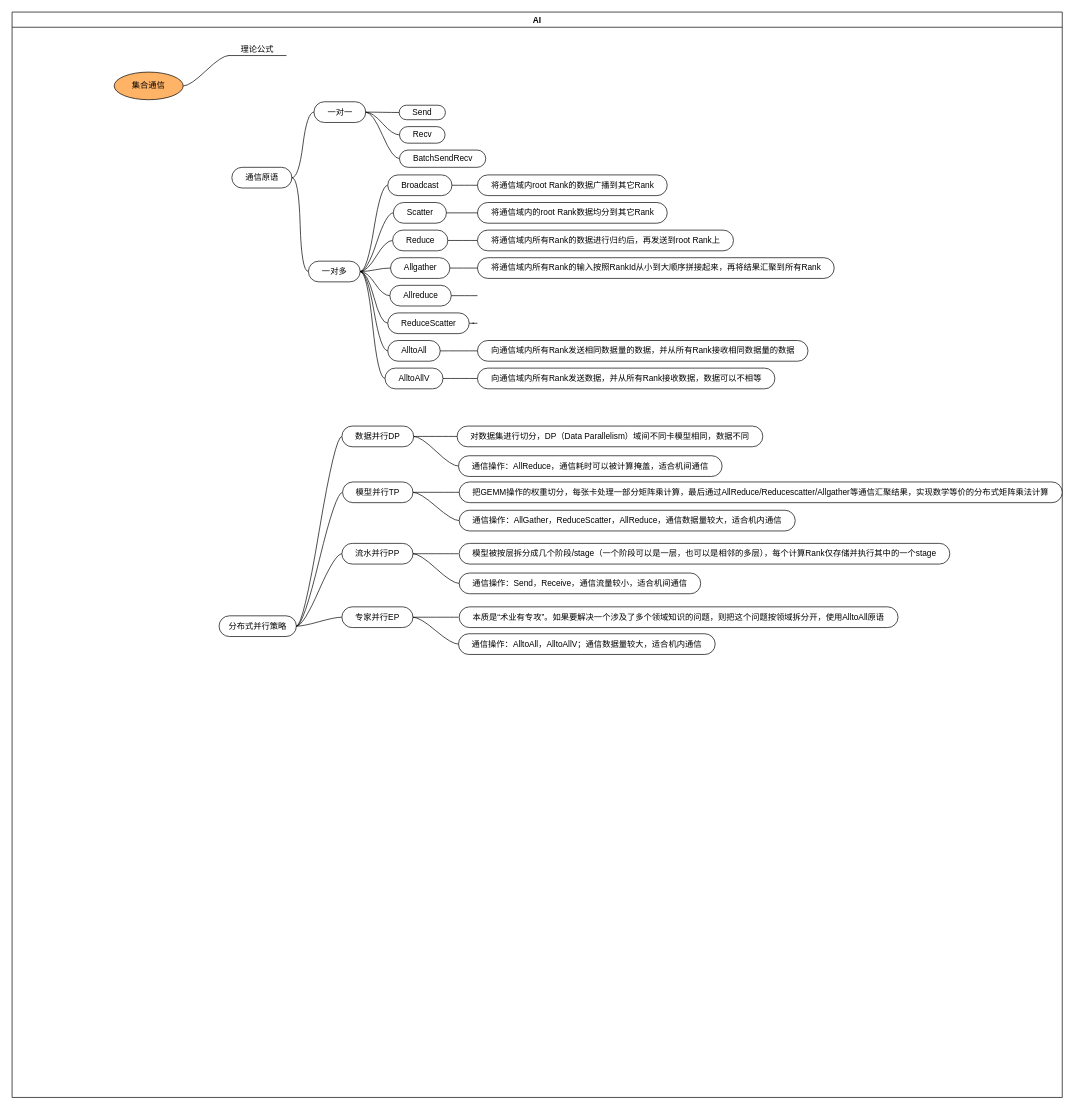
lbk0116/AI keeps this draw.io diagram as 未命名绘图.drawio. Above is the earlier version. Source tidied: cells renumbered, new cells numbered last; positions are measured from the earlier drawing's top-left corner, leaving out a move shared by most shapes. Both pictures are drawn from the tidied source at 69%, with x=0, y=0 at pixel (12, 12).
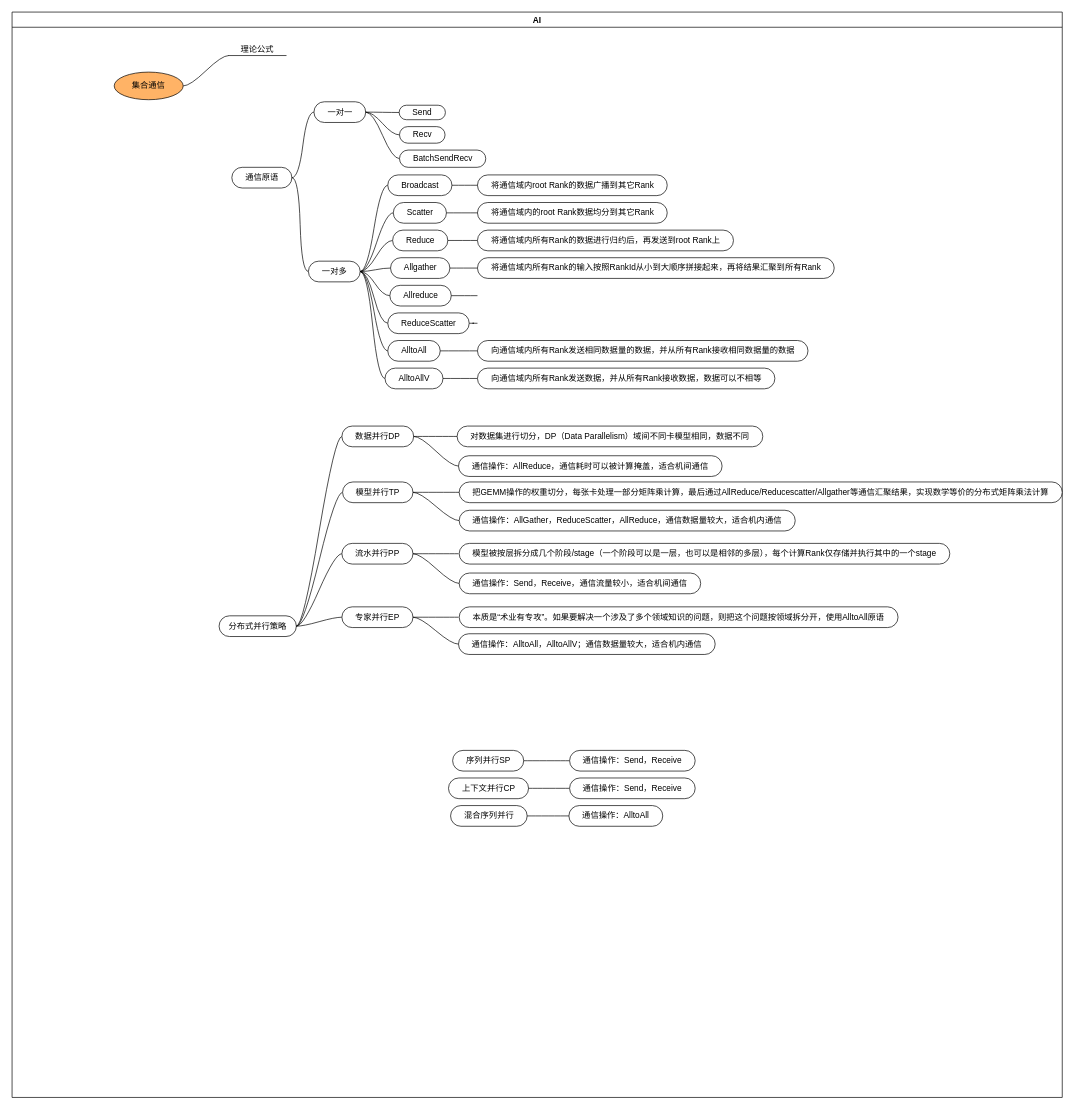
After the change.

Commit message (it also covers changes not shown here):
更新未命名绘图.drawio

Diff of the diagram source:
```diff
@@
+    <mxCell id="72" value="序列并行SP" style="whiteSpace=wrap;html=1;rounded=1;arcSize=50;align=center;verticalAlign=middle;strokeWidth=1;spacing=4;newEdgeStyle={&quot;edgeStyle&quot;:&quot;entityRelationEdgeStyle&quot;,&quot;startArrow&quot;:&quot;none&quot;,&quot;endArrow&quot;:&quot;none&quot;,&quot;segment&quot;:10,&quot;curved&quot;:1,&quot;sourcePerimeterSpacing&quot;:0,&quot;targetPerimeterSpacing&quot;:0};" parent="1" vertex="1">
+      <mxGeometry x="638.5" y="1070" width="103" height="30" as="geometry" />
+    </mxCell>
+    <mxCell id="73" style="edgeStyle=entityRelationEdgeStyle;startArrow=none;endArrow=none;segment=10;curved=1;sourcePerimeterSpacing=0;targetPerimeterSpacing=0;rounded=0;" parent="1" edge="1" source="72" target="74">
+      <mxGeometry relative="1" as="geometry" />
+    </mxCell>
+    <mxCell id="74" value="&lt;div data-mind-map-text=&quot;[{&amp;quot;paragraphProps&amp;quot;:{&amp;quot;type&amp;quot;:&amp;quot;paragraph&amp;quot;,&amp;quot;textAlign&amp;quot;:0,&amp;quot;lineSpacing&amp;quot;:1.4},&amp;quot;isComplete&amp;quot;:true,&amp;quot;textProps&amp;quot;:[{&amp;quot;type&amp;quot;:&amp;quot;text&amp;quot;,&amp;quot;text&amp;quot;:&amp;quot;通信操作：Send，Receive&amp;quot;,&amp;quot;color&amp;quot;:&amp;quot;#1f1f1f&amp;quot;,&amp;quot;fontWeight&amp;quot;:400,&amp;quot;fontSize&amp;quot;:14,&amp;quot;fontFamily&amp;quot;:&amp;quot;\&amp;quot;Helvetica Neue\&amp;quot;, Helvetica, \&amp;quot;PingFang SC\&amp;quot;, \&amp;quot;Microsoft YaHei\&amp;quot;, \&amp;quot;Source Han Sans SC\&amp;quot;, \&amp;quot;Noto Sans CJK SC\&amp;quot;, \&amp;quot;WenQuanYi Micro Hei\&amp;quot;, sans-serif&amp;quot;,&amp;quot;italic&amp;quot;:false,&amp;quot;underline&amp;quot;:false,&amp;quot;strike&amp;quot;:false}]}]&quot;&gt;通信操作：Send，Receive&lt;/div&gt;" style="whiteSpace=wrap;html=1;rounded=1;arcSize=50;align=center;verticalAlign=middle;strokeWidth=1;spacing=4;newEdgeStyle={&quot;edgeStyle&quot;:&quot;entityRelationEdgeStyle&quot;,&quot;startArrow&quot;:&quot;none&quot;,&quot;endArrow&quot;:&quot;none&quot;,&quot;segment&quot;:10,&quot;curved&quot;:1,&quot;sourcePerimeterSpacing&quot;:0,&quot;targetPerimeterSpacing&quot;:0};" parent="1" vertex="1">
+      <mxGeometry x="808" y="1070" width="182" height="30" as="geometry" />
+    </mxCell>
+    <mxCell id="75" value="上下文并行CP" style="whiteSpace=wrap;html=1;rounded=1;arcSize=50;align=center;verticalAlign=middle;strokeWidth=1;spacing=4;newEdgeStyle={&quot;edgeStyle&quot;:&quot;entityRelationEdgeStyle&quot;,&quot;startArrow&quot;:&quot;none&quot;,&quot;endArrow&quot;:&quot;none&quot;,&quot;segment&quot;:10,&quot;curved&quot;:1,&quot;sourcePerimeterSpacing&quot;:0,&quot;targetPerimeterSpacing&quot;:0};" parent="1" vertex="1">
+      <mxGeometry x="632.5" y="1110" width="116" height="30" as="geometry" />
+    </mxCell>
+    <mxCell id="76" style="edgeStyle=entityRelationEdgeStyle;startArrow=none;endArrow=none;segment=10;curved=1;sourcePerimeterSpacing=0;targetPerimeterSpacing=0;rounded=0;" parent="1" edge="1" source="75" target="77">
+      <mxGeometry relative="1" as="geometry" />
+    </mxCell>
+    <mxCell id="77" value="&lt;div data-mind-map-text=&quot;[{&amp;quot;paragraphProps&amp;quot;:{&amp;quot;type&amp;quot;:&amp;quot;paragraph&amp;quot;,&amp;quot;textAlign&amp;quot;:0,&amp;quot;lineSpacing&amp;quot;:1.4},&amp;quot;isComplete&amp;quot;:true,&amp;quot;textProps&amp;quot;:[{&amp;quot;type&amp;quot;:&amp;quot;text&amp;quot;,&amp;quot;text&amp;quot;:&amp;quot;通信操作：Send，Receive&amp;quot;,&amp;quot;color&amp;quot;:&amp;quot;#1f1f1f&amp;quot;,&amp;quot;fontWeight&amp;quot;:400,&amp;quot;fontSize&amp;quot;:14,&amp;quot;fontFamily&amp;quot;:&amp;quot;\&amp;quot;Helvetica Neue\&amp;quot;, Helvetica, \&amp;quot;PingFang SC\&amp;quot;, \&amp;quot;Microsoft YaHei\&amp;quot;, \&amp;quot;Source Han Sans SC\&amp;quot;, \&amp;quot;Noto Sans CJK SC\&amp;quot;, \&amp;quot;WenQuanYi Micro Hei\&amp;quot;, sans-serif&amp;quot;,&amp;quot;italic&amp;quot;:false,&amp;quot;underline&amp;quot;:false,&amp;quot;strike&amp;quot;:false}]}]&quot;&gt;通信操作：Send，Receive&lt;/div&gt;" style="whiteSpace=wrap;html=1;rounded=1;arcSize=50;align=center;verticalAlign=middle;strokeWidth=1;spacing=4;newEdgeStyle={&quot;edgeStyle&quot;:&quot;entityRelationEdgeStyle&quot;,&quot;startArrow&quot;:&quot;none&quot;,&quot;endArrow&quot;:&quot;none&quot;,&quot;segment&quot;:10,&quot;curved&quot;:1,&quot;sourcePerimeterSpacing&quot;:0,&quot;targetPerimeterSpacing&quot;:0};" parent="1" vertex="1">
+      <mxGeometry x="808" y="1110" width="182" height="30" as="geometry" />
+    </mxCell>
+    <mxCell id="78" value="&lt;div data-mind-map-text=&quot;[{&amp;quot;paragraphProps&amp;quot;:{&amp;quot;type&amp;quot;:&amp;quot;paragraph&amp;quot;,&amp;quot;textAlign&amp;quot;:0,&amp;quot;lineSpacing&amp;quot;:1.4},&amp;quot;isComplete&amp;quot;:true,&amp;quot;textProps&amp;quot;:[{&amp;quot;type&amp;quot;:&amp;quot;text&amp;quot;,&amp;quot;text&amp;quot;:&amp;quot;混合序列并行&amp;quot;,&amp;quot;color&amp;quot;:&amp;quot;#1f1f1f&amp;quot;,&amp;quot;fontWeight&amp;quot;:400,&amp;quot;fontSize&amp;quot;:14,&amp;quot;fontFamily&amp;quot;:&amp;quot;\&amp;quot;Helvetica Neue\&amp;quot;, Helvetica, \&amp;quot;PingFang SC\&amp;quot;, \&amp;quot;Microsoft YaHei\&amp;quot;, \&amp;quot;Source Han Sans SC\&amp;quot;, \&amp;quot;Noto Sans CJK SC\&amp;quot;, \&amp;quot;WenQuanYi Micro Hei\&amp;quot;, sans-serif&amp;quot;,&amp;quot;italic&amp;quot;:false,&amp;quot;underline&amp;quot;:false,&amp;quot;strike&amp;quot;:false}]}]&quot;&gt;混合序列并行&lt;/div&gt;" style="whiteSpace=wrap;html=1;rounded=1;arcSize=50;align=center;verticalAlign=middle;strokeWidth=1;spacing=4;newEdgeStyle={&quot;edgeStyle&quot;:&quot;entityRelationEdgeStyle&quot;,&quot;startArrow&quot;:&quot;none&quot;,&quot;endArrow&quot;:&quot;none&quot;,&quot;segment&quot;:10,&quot;curved&quot;:1,&quot;sourcePerimeterSpacing&quot;:0,&quot;targetPerimeterSpacing&quot;:0};" parent="1" vertex="1">
+      <mxGeometry x="635.5" y="1150" width="111" height="30" as="geometry" />
+    </mxCell>
+    <mxCell id="79" style="edgeStyle=entityRelationEdgeStyle;startArrow=none;endArrow=none;segment=10;curved=1;sourcePerimeterSpacing=0;targetPerimeterSpacing=0;rounded=0;" parent="1" edge="1" source="78" target="80">
+      <mxGeometry relative="1" as="geometry" />
+    </mxCell>
+    <mxCell id="80" value="&lt;div data-mind-map-text=&quot;[{&amp;quot;paragraphProps&amp;quot;:{&amp;quot;type&amp;quot;:&amp;quot;paragraph&amp;quot;,&amp;quot;textAlign&amp;quot;:0,&amp;quot;lineSpacing&amp;quot;:1.4},&amp;quot;isComplete&amp;quot;:true,&amp;quot;textProps&amp;quot;:[{&amp;quot;type&amp;quot;:&amp;quot;text&amp;quot;,&amp;quot;text&amp;quot;:&amp;quot;混合序列并行&amp;quot;,&amp;quot;color&amp;quot;:&amp;quot;#1f1f1f&amp;quot;,&amp;quot;fontWeight&amp;quot;:400,&amp;quot;fontSize&amp;quot;:14,&amp;quot;fontFamily&amp;quot;:&amp;quot;\&amp;quot;Helvetica Neue\&amp;quot;, Helvetica, \&amp;quot;PingFang SC\&amp;quot;, \&amp;quot;Microsoft YaHei\&amp;quot;, \&amp;quot;Source Han Sans SC\&amp;quot;, \&amp;quot;Noto Sans CJK SC\&amp;quot;, \&amp;quot;WenQuanYi Micro Hei\&amp;quot;, sans-serif&amp;quot;,&amp;quot;italic&amp;quot;:false,&amp;quot;underline&amp;quot;:false,&amp;quot;strike&amp;quot;:false}]}]&quot;&gt;&lt;div data-mind-map-text=&quot;[{&amp;quot;paragraphProps&amp;quot;:{&amp;quot;type&amp;quot;:&amp;quot;paragraph&amp;quot;,&amp;quot;textAlign&amp;quot;:0,&amp;quot;lineSpacing&amp;quot;:1.4},&amp;quot;isComplete&amp;quot;:true,&amp;quot;textProps&amp;quot;:[{&amp;quot;type&amp;quot;:&amp;quot;text&amp;quot;,&amp;quot;text&amp;quot;:&amp;quot;通信操作：AlltoAll&amp;quot;,&amp;quot;color&amp;quot;:&amp;quot;#1f1f1f&amp;quot;,&amp;quot;fontWeight&amp;quot;:400,&amp;quot;fontSize&amp;quot;:14,&amp;quot;fontFamily&amp;quot;:&amp;quot;\&amp;quot;Helvetica Neue\&amp;quot;, Helvetica, \&amp;quot;PingFang SC\&amp;quot;, \&amp;quot;Microsoft YaHei\&amp;quot;, \&amp;quot;Source Han Sans SC\&amp;quot;, \&amp;quot;Noto Sans CJK SC\&amp;quot;, \&amp;quot;WenQuanYi Micro Hei\&amp;quot;, sans-serif&amp;quot;,&amp;quot;italic&amp;quot;:false,&amp;quot;underline&amp;quot;:false,&amp;quot;strike&amp;quot;:false}]}]&quot;&gt;通信操作：AlltoAll&lt;/div&gt;&lt;/div&gt;" style="whiteSpace=wrap;html=1;rounded=1;arcSize=50;align=center;verticalAlign=middle;strokeWidth=1;spacing=4;newEdgeStyle={&quot;edgeStyle&quot;:&quot;entityRelationEdgeStyle&quot;,&quot;startArrow&quot;:&quot;none&quot;,&quot;endArrow&quot;:&quot;none&quot;,&quot;segment&quot;:10,&quot;curved&quot;:1,&quot;sourcePerimeterSpacing&quot;:0,&quot;targetPerimeterSpacing&quot;:0};" parent="1" vertex="1">
+      <mxGeometry x="807" y="1150" width="136" height="30" as="geometry" />
+    </mxCell>
```
